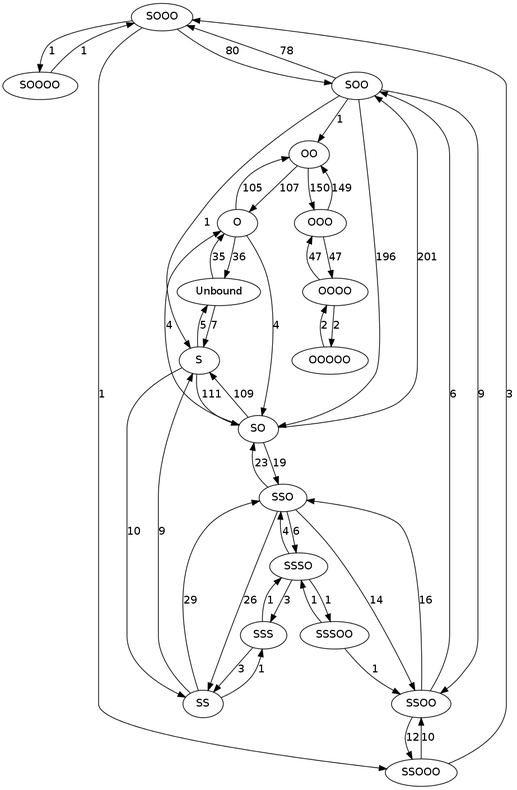
Before: analysis/coordination-changes-hot.png, a diagram exported from Graphviz (eshamay/so2-cluster). Its source is kept beside it as analysis/coordination-changes-hot.dot. Source of this version:
```dot
digraph NAME {
	SOOO -> SOOOO [ label = 1 ];
	SSO -> SSSO [ label = 6 ];
	O -> Unbound [ label = 36 ];
	SSSO -> SSSOO [ label = 1 ];
	SS -> SSO [ label = 29 ];
	SS -> SSS [ label = 1 ];
	SS -> S [ label = 9 ];
	SO -> SOO [ label = 201 ];
	SSOO -> SSOOO [ label = 12 ];
	SOO -> OO [ label = 1 ];
	SOO -> SSOO [ label = 9 ];
	OOOOO -> OOOO [ label = 2 ];
	SSSO -> SSO [ label = 4 ];
	S -> Unbound [ label = 5 ];
	OO -> O [ label = 107 ];
	SSOO -> SOO [ label = 6 ];
	SSO -> SS [ label = 26 ];
	SSO -> SO [ label = 23 ];
	SOO -> S [ label = 1 ];
	SSSO -> SSS [ label = 3 ];
	OOOO -> OOO [ label = 47 ];
	O -> OO [ label = 105 ];
	SOO -> SOOO [ label = 78 ];
	SSOO -> SSO [ label = 16 ];
	S -> SO [ label = 111 ];
	SSS -> SSSO [ label = 1 ];
	SSO -> SSOO [ label = 14 ];
	SOO -> SO [ label = 196 ];
	OO -> OOO [ label = 150 ];
	OOO -> OO [ label = 149 ];
	SOOO -> SSOOO [ label = 1 ];
	S -> SS [ label = 10 ];
	SOOOO -> SOOO [ label = 1 ];
	OOOO -> OOOOO [ label = 2 ];
	OOO -> OOOO [ label = 47 ];
	SSOOO -> SOOO [ label = 3 ];
	SO -> O [ label = 4 ];
	SOOO -> SOO [ label = 80 ];
	Unbound -> O [ label = 35 ];
	SSS -> SS [ label = 3 ];
	SSSOO -> SSOO [ label = 1 ];
	O -> SO [ label = 4 ];
	SO -> SSO [ label = 19 ];
	Unbound -> S [ label = 7 ];
	SSOOO -> SSOO [ label = 10 ];
	SO -> S [ label = 109 ];
	SSSOO -> SSSO [ label = 1 ];
}
```
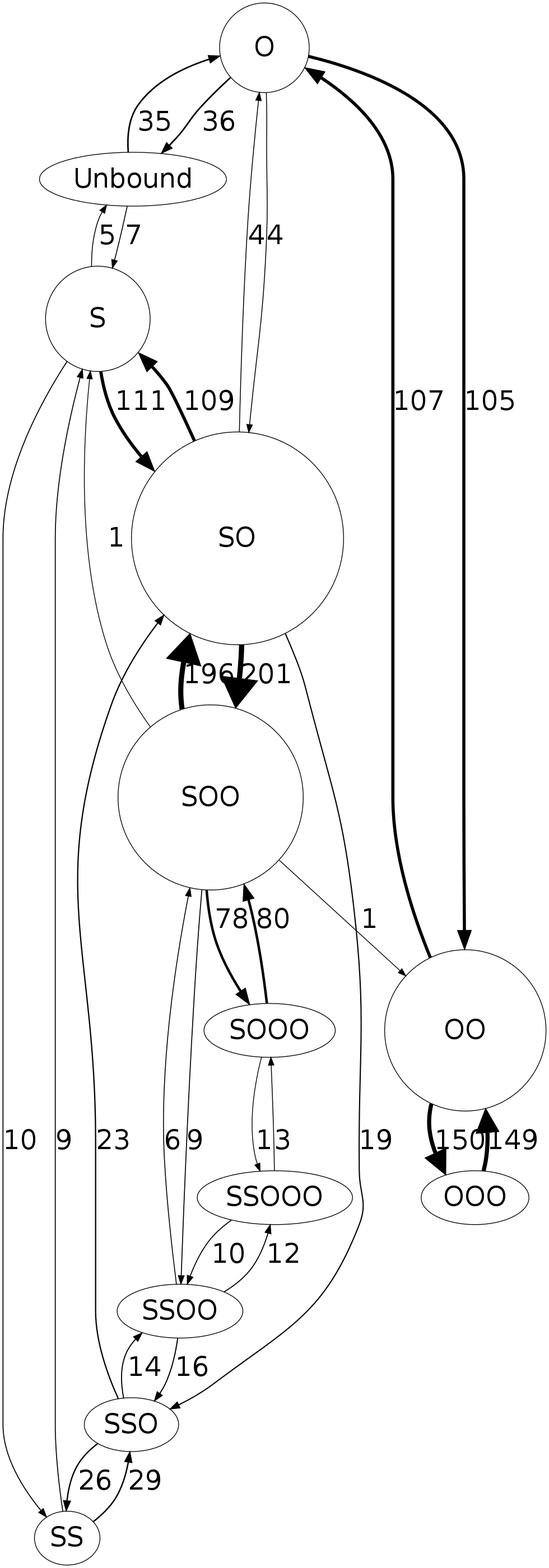
The same file after the commit.

Change to the diagram source:
```diff
@@ -1,49 +1,43 @@
 digraph NAME {
-	SOOO -> SOOOO [ label = 1 ];
-	SSO -> SSSO [ label = 6 ];
-	O -> Unbound [ label = 36 ];
-	SSSO -> SSSOO [ label = 1 ];
-	SS -> SSO [ label = 29 ];
-	SS -> SSS [ label = 1 ];
-	SS -> S [ label = 9 ];
-	SO -> SOO [ label = 201 ];
-	SSOO -> SSOOO [ label = 12 ];
-	SOO -> OO [ label = 1 ];
-	SOO -> SSOO [ label = 9 ];
-	OOOOO -> OOOO [ label = 2 ];
-	SSSO -> SSO [ label = 4 ];
-	S -> Unbound [ label = 5 ];
-	OO -> O [ label = 107 ];
-	SSOO -> SOO [ label = 6 ];
-	SSO -> SS [ label = 26 ];
-	SSO -> SO [ label = 23 ];
-	SOO -> S [ label = 1 ];
-	SSSO -> SSS [ label = 3 ];
-	OOOO -> OOO [ label = 47 ];
-	O -> OO [ label = 105 ];
-	SOO -> SOOO [ label = 78 ];
-	SSOO -> SSO [ label = 16 ];
-	S -> SO [ label = 111 ];
-	SSS -> SSSO [ label = 1 ];
-	SSO -> SSOO [ label = 14 ];
-	SOO -> SO [ label = 196 ];
-	OO -> OOO [ label = 150 ];
-	OOO -> OO [ label = 149 ];
-	SOOO -> SSOOO [ label = 1 ];
-	S -> SS [ label = 10 ];
-	SOOOO -> SOOO [ label = 1 ];
-	OOOO -> OOOOO [ label = 2 ];
-	OOO -> OOOO [ label = 47 ];
-	SSOOO -> SOOO [ label = 3 ];
-	SO -> O [ label = 4 ];
-	SOOO -> SOO [ label = 80 ];
-	Unbound -> O [ label = 35 ];
-	SSS -> SS [ label = 3 ];
-	SSSOO -> SSOO [ label = 1 ];
-	O -> SO [ label = 4 ];
-	SO -> SSO [ label = 19 ];
-	Unbound -> S [ label = 7 ];
-	SSOOO -> SSOO [ label = 10 ];
-	SO -> S [ label = 109 ];
-	SSSOO -> SSSO [ label = 1 ];
-}
+	O -> Unbound [ label = 36, arrowsize = 1.53731343284, penwidth = 2.07462686567 ];
+	SS -> SSO [ label = 29, arrowsize = 1.4328358209, penwidth = 1.86567164179 ];
+	SS -> S [ label = 9, arrowsize = 1.13432835821, penwidth = 1.26865671642 ];
+	SO -> SOO [ label = 201, arrowsize = 4.0, penwidth = 7.0 ];
+	SSOO -> SSOOO [ label = 12, arrowsize = 1.17910447761, penwidth = 1.35820895522 ];
+	SOO -> OO [ label = 1, arrowsize = 1.01492537313, penwidth = 1.02985074627 ];
+	SOO -> SSOO [ label = 9, arrowsize = 1.13432835821, penwidth = 1.26865671642 ];
+	S -> Unbound [ label = 5, arrowsize = 1.07462686567, penwidth = 1.14925373134 ];
+	OO -> O [ label = 107, arrowsize = 2.59701492537, penwidth = 4.19402985075 ];
+	SSOO -> SOO [ label = 6, arrowsize = 1.08955223881, penwidth = 1.17910447761 ];
+	SSO -> SS [ label = 26, arrowsize = 1.38805970149, penwidth = 1.77611940299 ];
+	SSO -> SO [ label = 23, arrowsize = 1.34328358209, penwidth = 1.68656716418 ];
+	SOO -> S [ label = 1, arrowsize = 1.01492537313, penwidth = 1.02985074627 ];
+	O -> OO [ label = 105, arrowsize = 2.5671641791, penwidth = 4.13432835821 ];
+	SOO -> SOOO [ label = 78, arrowsize = 2.16417910448, penwidth = 3.32835820896 ];
+	SSOO -> SSO [ label = 16, arrowsize = 1.23880597015, penwidth = 1.4776119403 ];
+	S -> SO [ label = 111, arrowsize = 2.65671641791, penwidth = 4.31343283582 ];
+	SSO -> SSOO [ label = 14, arrowsize = 1.20895522388, penwidth = 1.41791044776 ];
+	SOO -> SO [ label = 196, arrowsize = 3.92537313433, penwidth = 6.85074626866 ];
+	OO -> OOO [ label = 150, arrowsize = 3.23880597015, penwidth = 5.4776119403 ];
+	OOO -> OO [ label = 149, arrowsize = 3.22388059701, penwidth = 5.44776119403 ];
+	SOOO -> SSOOO [ label = 1, arrowsize = 1.01492537313, penwidth = 1.02985074627 ];
+	S -> SS [ label = 10, arrowsize = 1.14925373134, penwidth = 1.29850746269 ];
+	SSOOO -> SOOO [ label = 3, arrowsize = 1.0447761194, penwidth = 1.08955223881 ];
+	SO -> O [ label = 4, arrowsize = 1.05970149254, penwidth = 1.11940298507 ];
+	SOOO -> SOO [ label = 80, arrowsize = 2.19402985075, penwidth = 3.38805970149 ];
+	Unbound -> O [ label = 35, arrowsize = 1.5223880597, penwidth = 2.0447761194 ];
+	O -> SO [ label = 4, arrowsize = 1.05970149254, penwidth = 1.11940298507 ];
+	SO -> SSO [ label = 19, arrowsize = 1.28358208955, penwidth = 1.5671641791 ];
+	Unbound -> S [ label = 7, arrowsize = 1.10447761194, penwidth = 1.20895522388 ];
+	SSOOO -> SSOO [ label = 10, arrowsize = 1.14925373134, penwidth = 1.29850746269 ];
+	SO -> S [ label = 109, arrowsize = 2.62686567164, penwidth = 4.25373134328 ];
+	OO [ width = 3.003951, height = 3.003951];
+	Unbound [ width = 0.705030, height = 0.705030];
+	SS [ width = 0.353743, height = 0.353743];
+	SSO [ width = 0.835636, height = 0.835636];
+	O [ width = 1.668407, height = 1.668407];
+	S [ width = 1.954595, height = 1.954595];
+	SO [ width = 3.960982, height = 3.960982];
+	SOO [ width = 3.439374, height = 3.439374];
+	SSOO [ width = 0.474114, height = 0.474114];
+} [ fontsize = 36 ];
```
